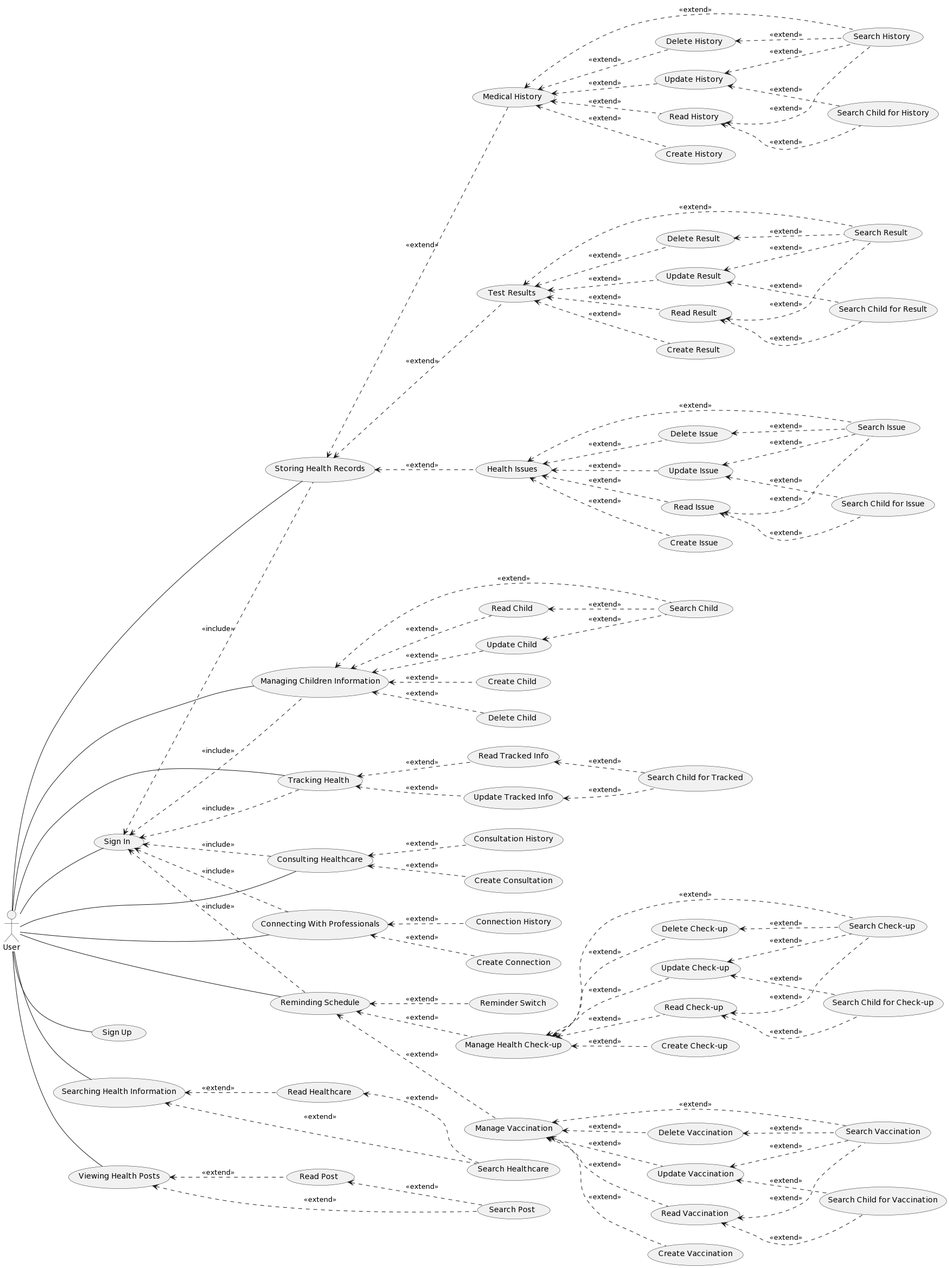
Above: Lab 1/Lab 1.2/usecase/use_case.png in quangnk97/SE357-Pratice-class (PlantUML), before the change.
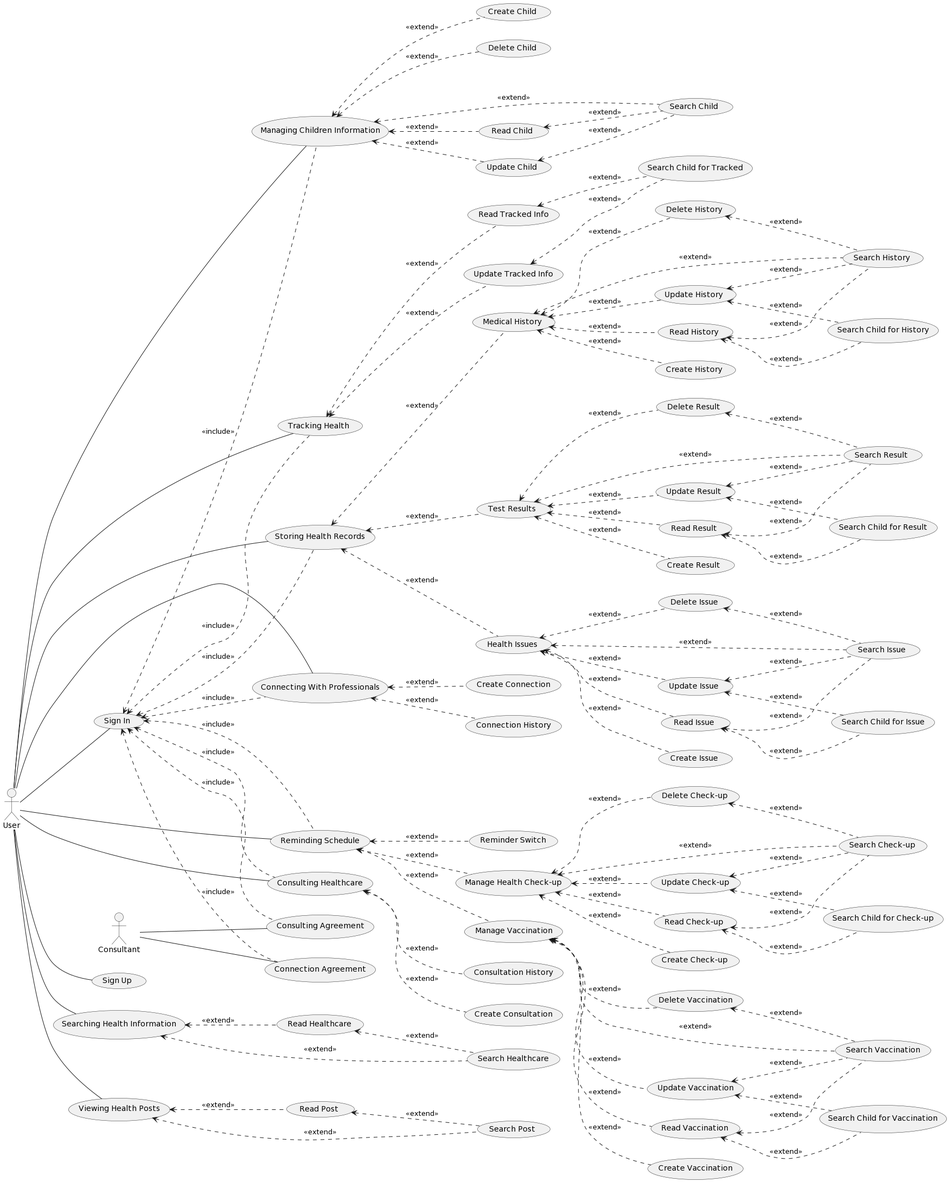
Above is the later version.

Commit message:
Add Consultant to use case

The edit, as a diff of the source:
```diff
@@ -1,6 +1,7 @@
 @startuml
 left to right direction
 "User" as u
+
 (Sign In) as (UC1)
 (Sign Up) as (UC2)
 (Searching Health Information) as (UC3)
@@ -120,4 +121,12 @@
 (UC10) <.. (Search Post) : <<extend>>
 (UC10) <.. (Read Post) : <<extend>>
 (Read Post) <.. (Search Post) : <<extend>>
+
+"Consultant" as c
+(Consulting Agreement) as (UC11)
+(Connection Agreement) as (UC12)
+:c: -- (UC11)
+:c: -- (UC12)
+(UC1) <.. (UC11) : <<include>>
+(UC1) <.. (UC12) : <<include>>
 @enduml
```
